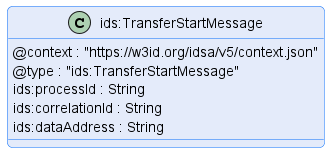
The PlantUML diagram transfer/message/diagram/transfer-start-message.png in International-Data-Spaces-Association/ids-specification, before a commit. Its diagram source:
```plantuml
@startuml "transfer-start-message"
!pragma layout smetana

!include ../../diagrams/diagram.styles.puml

hide empty description


class "ids:TransferStartMessage" {
    @context : "https://w3id.org/idsa/v5/context.json"
    @type : "ids:TransferStartMessage"
    ids:processId : String
    ids:correlationId : String
    ids:dataAddress : String
}

@enduml
```
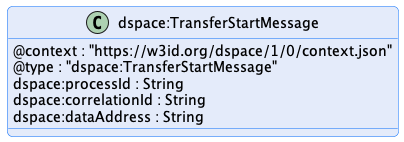
After the change.

Diff of the diagram source:
```diff
@@ -1,17 +1,17 @@
 @startuml "transfer-start-message"
 !pragma layout smetana
 
-!include ../../diagrams/diagram.styles.puml
+!include ../../../common/style/diagram.styles.puml
 
 hide empty description
 
 
-class "ids:TransferStartMessage" {
-    @context : "https://w3id.org/idsa/v5/context.json"
-    @type : "ids:TransferStartMessage"
-    ids:processId : String
-    ids:correlationId : String
-    ids:dataAddress : String
+class "dspace:TransferStartMessage" {
+    @context : "https://w3id.org/dspace/1/0/context.json"
+    @type : "dspace:TransferStartMessage"
+    dspace:processId : String
+    dspace:correlationId : String
+    dspace:dataAddress : String
 }
 
 @enduml
```
